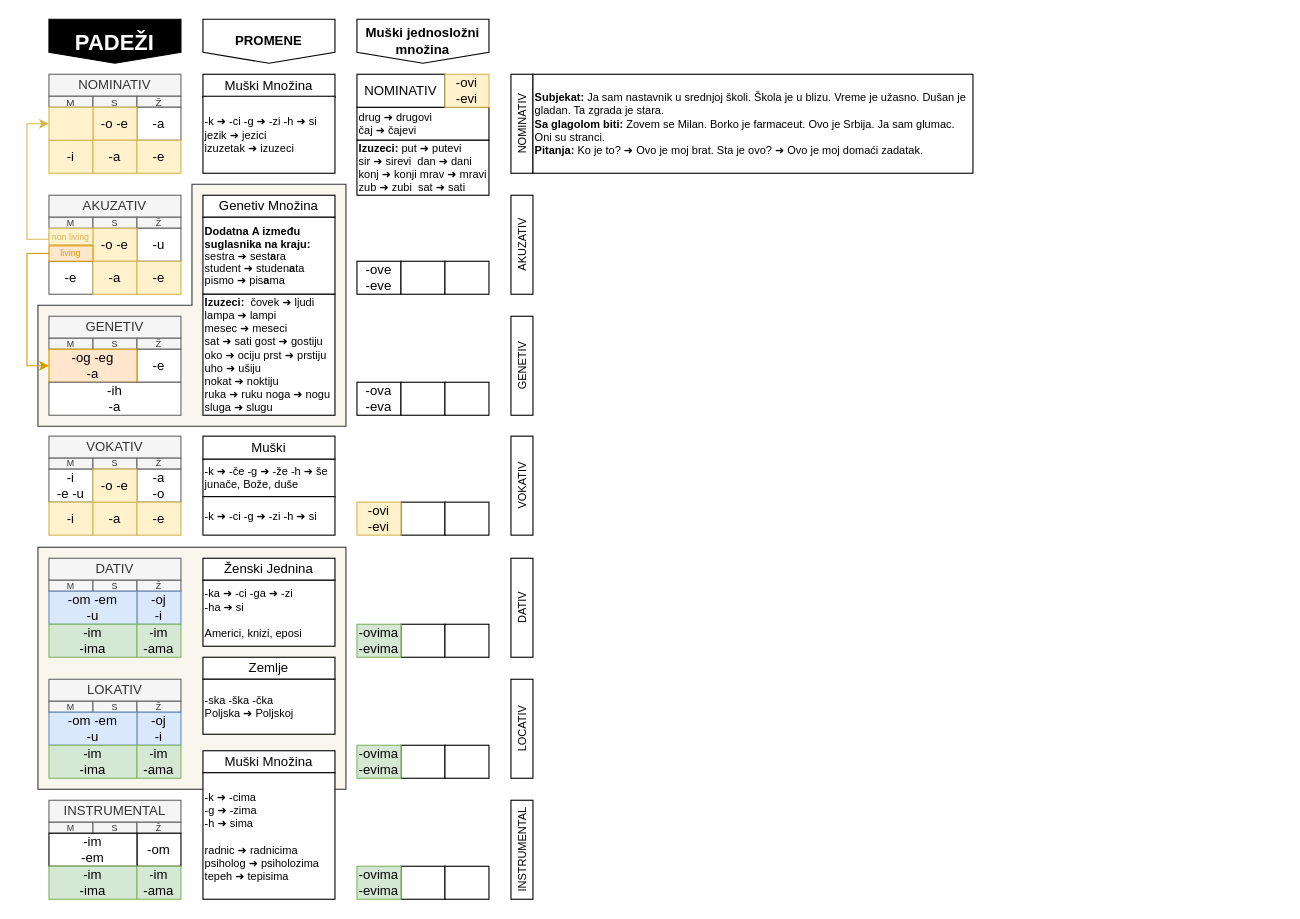
The draw.io diagram padezi.drawio in vlandivir/srpski, before the edit. Source tidied: cells renumbered, new cells numbered last; positions are measured from the earlier drawing's top-left corner, leaving out a move shared by most shapes. Both pictures are drawn from the tidied source at 110%, with x=0, y=0 at pixel (26, 19).
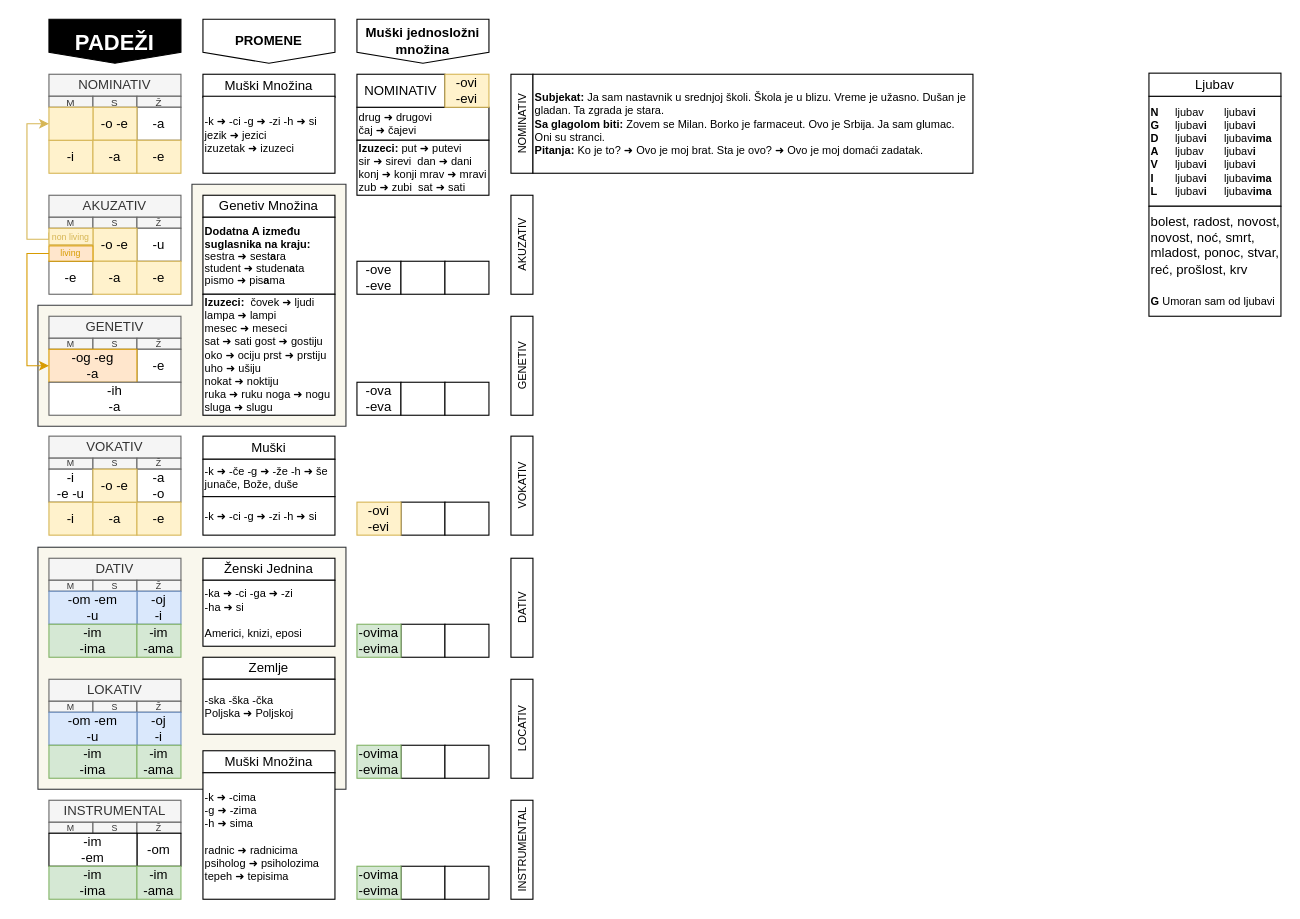
After the change.

What changed in the source:
```diff
@@
+    <mxCell id="115" value="&lt;font style=&quot;font-size: 10px;&quot;&gt;&lt;b style=&quot;font-size: 10px;&quot;&gt;N&lt;/b&gt;&lt;span style=&quot;font-size: 10px; white-space: pre;&quot;&gt;&#9;&lt;/span&gt;ljubav&lt;span style=&quot;font-size: 10px; white-space: pre;&quot;&gt;&#9;&lt;/span&gt;ljubav&lt;b style=&quot;font-size: 10px;&quot;&gt;i&lt;/b&gt;&lt;br style=&quot;font-size: 10px;&quot;&gt;&lt;b style=&quot;font-size: 10px;&quot;&gt;G&lt;/b&gt;&lt;span style=&quot;font-size: 10px; white-space: pre;&quot;&gt;&#9;&lt;/span&gt;ljubav&lt;b style=&quot;font-size: 10px;&quot;&gt;i&lt;/b&gt;&lt;span style=&quot;font-size: 10px; white-space: pre; font-weight: bold;&quot;&gt;&#9;&lt;/span&gt;ljubav&lt;b style=&quot;font-size: 10px;&quot;&gt;i&lt;/b&gt;&lt;br style=&quot;font-size: 10px;&quot;&gt;&lt;b style=&quot;font-size: 10px;&quot;&gt;D&lt;/b&gt;&lt;span style=&quot;font-size: 10px; white-space: pre;&quot;&gt;&#9;&lt;/span&gt;ljubav&lt;b style=&quot;font-size: 10px;&quot;&gt;i&lt;/b&gt;&lt;span style=&quot;font-size: 10px; white-space: pre; font-weight: bold;&quot;&gt;&#9;&lt;/span&gt;&lt;font style=&quot;font-size: 10px;&quot;&gt;ljubav&lt;/font&gt;&lt;b style=&quot;font-size: 10px;&quot;&gt;ima&lt;/b&gt;&lt;br style=&quot;font-size: 10px;&quot;&gt;&lt;b style=&quot;font-size: 10px;&quot;&gt;A&lt;/b&gt;&lt;span style=&quot;font-size: 10px; white-space: pre;&quot;&gt;&#9;&lt;/span&gt;ljubav&lt;span style=&quot;white-space: pre;&quot;&gt;&#9;&lt;/span&gt;ljubav&lt;b&gt;i&lt;/b&gt;&lt;br style=&quot;font-size: 10px;&quot;&gt;&lt;b style=&quot;font-size: 10px;&quot;&gt;V&lt;/b&gt;&lt;span style=&quot;font-size: 10px; white-space: pre;&quot;&gt;&#9;&lt;/span&gt;ljubav&lt;span style=&quot;font-size: 10px;&quot;&gt;&lt;b&gt;i&lt;/b&gt;&lt;span style=&quot;font-weight: bold; white-space: pre;&quot;&gt;&#9;&lt;/span&gt;ljubav&lt;/span&gt;&lt;b style=&quot;font-size: 10px;&quot;&gt;i&lt;/b&gt;&lt;br style=&quot;font-size: 10px;&quot;&gt;&lt;b style=&quot;font-size: 10px;&quot;&gt;I&lt;/b&gt;&lt;span style=&quot;font-size: 10px; white-space: pre;&quot;&gt;&#9;&lt;/span&gt;ljubav&lt;span style=&quot;font-size: 10px;&quot;&gt;&lt;b&gt;i&lt;/b&gt;&lt;span style=&quot;font-weight: bold; white-space: pre;&quot;&gt;&#9;&lt;/span&gt;ljubav&lt;/span&gt;&lt;b style=&quot;font-size: 10px;&quot;&gt;ima&lt;/b&gt;&lt;br style=&quot;font-size: 10px;&quot;&gt;&lt;b style=&quot;font-size: 10px;&quot;&gt;L&lt;/b&gt;&lt;span style=&quot;font-size: 10px; white-space: pre;&quot;&gt;&#9;&lt;/span&gt;ljubav&lt;span style=&quot;font-size: 10px;&quot;&gt;&lt;b&gt;i&lt;/b&gt;&lt;span style=&quot;font-weight: bold; white-space: pre;&quot;&gt;&#9;&lt;/span&gt;ljubav&lt;/span&gt;&lt;b style=&quot;font-size: 10px;&quot;&gt;ima&lt;/b&gt;&lt;br style=&quot;font-size: 10px;&quot;&gt;&lt;/font&gt;" style="rounded=0;html=1;align=left;fontSize=10;fontFamily=Helvetica;spacing=2;" parent="1" vertex="1">
+      <mxGeometry x="1020" y="70" width="120" height="100" as="geometry" />
+    </mxCell>
+    <mxCell id="116" value="Ljubav" style="rounded=0;whiteSpace=wrap;html=1;" parent="1" vertex="1">
+      <mxGeometry x="1020" y="49" width="120" height="21" as="geometry" />
+    </mxCell>
+    <mxCell id="117" value="&lt;font style=&quot;&quot;&gt;bolest, radost, novost, novost, noć, smrt, mladost, ponoc, stvar, reć, prošlost, krv&lt;br&gt;&lt;font style=&quot;font-size: 10px;&quot;&gt;&lt;b&gt;&lt;br&gt;G&lt;/b&gt;&amp;nbsp;Umoran sam od ljubavi&lt;/font&gt;&lt;br style=&quot;font-size: 12px;&quot;&gt;&lt;/font&gt;" style="rounded=0;html=1;align=left;fontSize=12;fontFamily=Helvetica;spacing=2;whiteSpace=wrap;" parent="1" vertex="1">
+      <mxGeometry x="1020" y="170" width="120" height="100" as="geometry" />
+    </mxCell>
```
